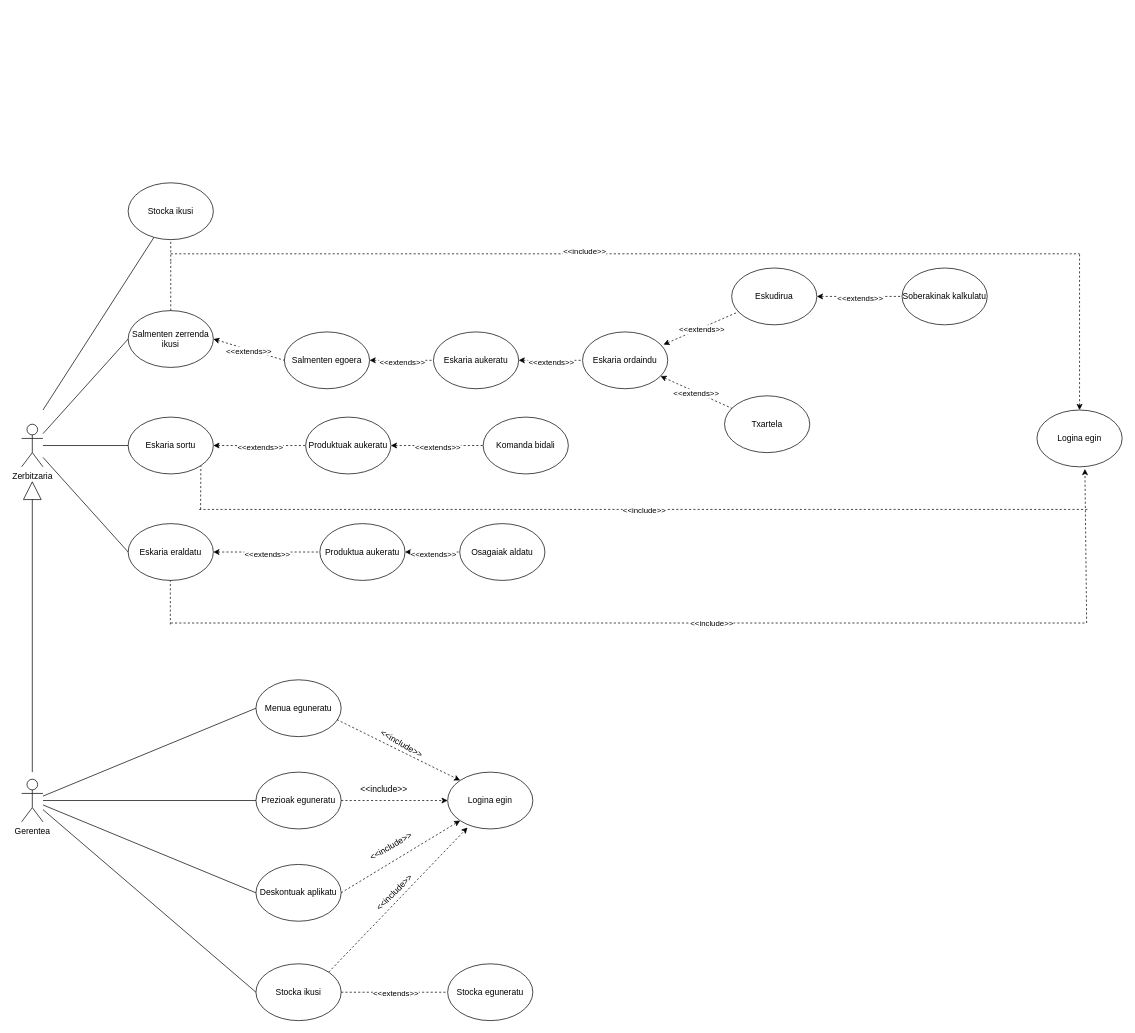
Above: Diagramak/TPV/TPV erabilpen-kasu diagrama.drawio in iguisado228/2MG3_1Erronka (draw.io), before the change. Source tidied: cells renumbered, new cells numbered last; positions are measured from the earlier drawing's top-left corner, leaving out a move shared by most shapes. Both pictures are drawn from the tidied source at 71%, with x=0, y=0 at pixel (21, 182).
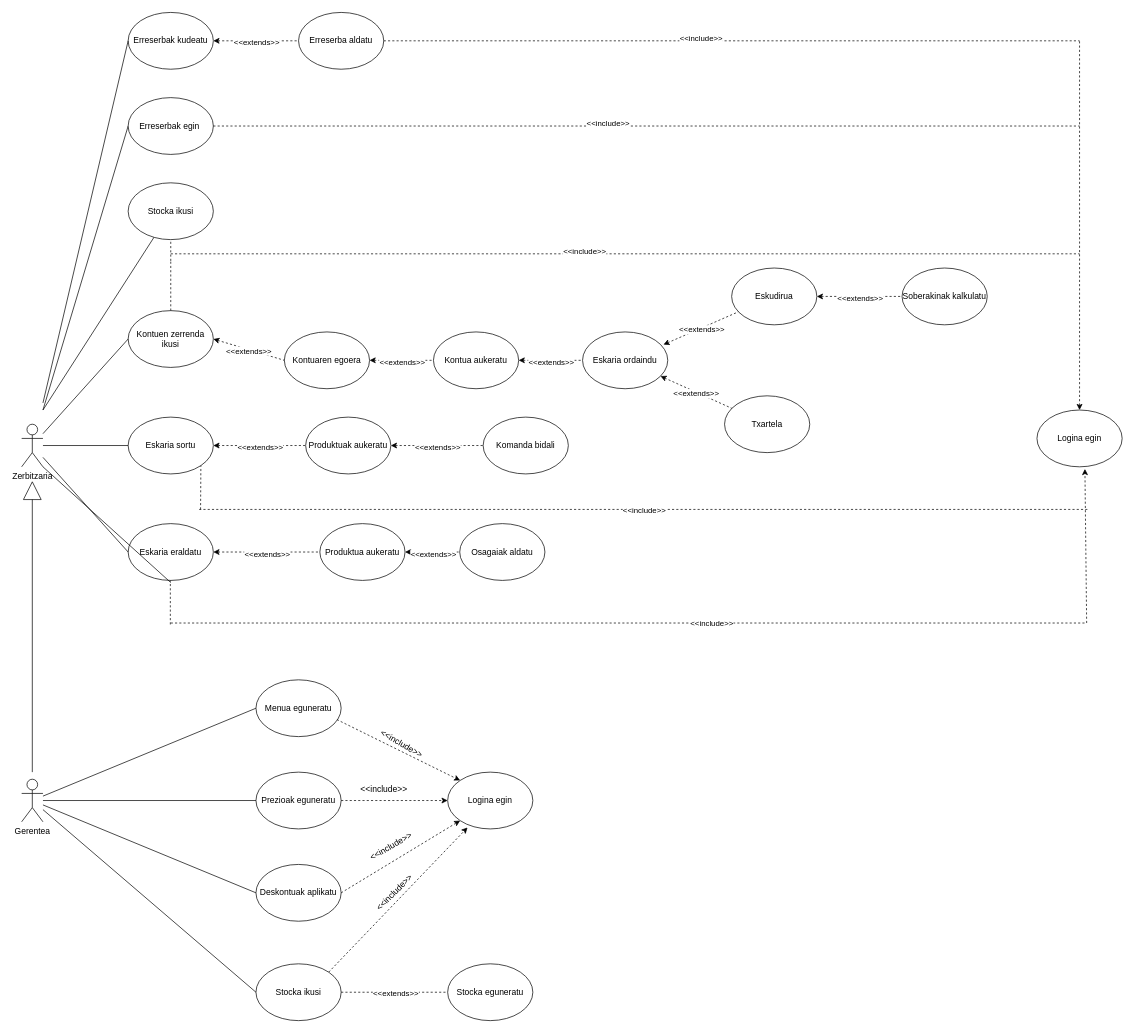
The same diagram, later.

Commit message (it also covers changes not shown here):
diagramak aldatuta

The change refers to these unchanged cells:
```xml
<mxCell id="2" value="Zerbitzaria" style="shape=umlActor;verticalLabelPosition=bottom;verticalAlign=top;html=1;outlineConnect=0;" parent="1" vertex="1">
  <mxGeometry y="340" width="30" height="60" as="geometry" />
</mxCell>
<mxCell id="3" value="Logina egin" style="ellipse;whiteSpace=wrap;html=1;" parent="1" vertex="1">
  <mxGeometry x="1430" y="320" width="120" height="80" as="geometry" />
</mxCell>
```

Diff of the diagram source:
```diff
@@
-    <mxCell id="9" value="Salmenten zerrenda ikusi" style="ellipse;whiteSpace=wrap;html=1;" parent="1" vertex="1">
+    <mxCell id="9" value="Kontuen zerrenda ikusi" style="ellipse;whiteSpace=wrap;html=1;" parent="1" vertex="1">
       <mxGeometry x="150" y="180" width="120" height="80" as="geometry" />
     </mxCell>
@@
-    <mxCell id="27" value="Salmenten egoera" style="ellipse;whiteSpace=wrap;html=1;" parent="1" vertex="1">
+    <mxCell id="27" value="Kontuaren egoera" style="ellipse;whiteSpace=wrap;html=1;" parent="1" vertex="1">
       <mxGeometry x="370" y="210" width="120" height="80" as="geometry" />
     </mxCell>
@@
-    <mxCell id="31" value="Eskaria aukeratu" style="ellipse;whiteSpace=wrap;html=1;" parent="1" vertex="1">
+    <mxCell id="31" value="Kontua aukeratu" style="ellipse;whiteSpace=wrap;html=1;" parent="1" vertex="1">
       <mxGeometry x="580" y="210" width="120" height="80" as="geometry" />
     </mxCell>
@@
     <mxCell id="57" style="endArrow=none;dashed=1;html=1;rounded=0;exitX=0.5;exitY=0;exitDx=0;exitDy=0;startArrow=classic;startFill=1;" parent="1" edge="1" source="3">
       <mxGeometry relative="1" as="geometry">
-        <mxPoint x="1490" y="100" as="targetPoint" />
+        <mxPoint x="1490" y="-200" as="targetPoint" />
       </mxGeometry>
     </mxCell>
@@
+    <mxCell id="76" style="endArrow=none;html=1;rounded=0;entryX=0;entryY=0.5;entryDx=0;entryDy=0;exitX=1;exitY=1;exitDx=0;exitDy=0;exitPerimeter=0;" parent="1" edge="1" source="2">
+      <mxGeometry relative="1" as="geometry">
+        <mxPoint x="210" y="563" as="targetPoint" />
+      </mxGeometry>
+    </mxCell>
+    <mxCell id="77" style="endArrow=none;html=1;rounded=0;entryX=0;entryY=0.5;entryDx=0;entryDy=0;" parent="1" edge="1" target="78">
+      <mxGeometry relative="1" as="geometry">
+        <mxPoint x="30" y="320" as="sourcePoint" />
+      </mxGeometry>
+    </mxCell>
+    <mxCell id="78" value="Erreserbak egin&amp;nbsp;" style="ellipse;whiteSpace=wrap;html=1;" parent="1" vertex="1">
+      <mxGeometry x="150" y="-120" width="120" height="80" as="geometry" />
+    </mxCell>
+    <mxCell id="79" value="Erreserbak kudeatu" style="ellipse;whiteSpace=wrap;html=1;" parent="1" vertex="1">
+      <mxGeometry x="150" y="-240" width="120" height="80" as="geometry" />
+    </mxCell>
+    <mxCell id="80" style="endArrow=none;html=1;rounded=0;entryX=0;entryY=0.5;entryDx=0;entryDy=0;" parent="1" edge="1" target="79">
+      <mxGeometry relative="1" as="geometry">
+        <mxPoint x="30" y="310" as="sourcePoint" />
+      </mxGeometry>
+    </mxCell>
+    <mxCell id="81" value="Erreserba aldatu" style="ellipse;whiteSpace=wrap;html=1;" parent="1" vertex="1">
+      <mxGeometry x="390" y="-240" width="120" height="80" as="geometry" />
+    </mxCell>
+    <mxCell id="82" style="endArrow=none;dashed=1;html=1;rounded=0;exitX=1;exitY=0.5;exitDx=0;exitDy=0;entryX=0;entryY=0.5;entryDx=0;entryDy=0;startArrow=classic;startFill=1;" parent="1" edge="1" source="79" target="81">
+      <mxGeometry relative="1" as="geometry" />
+    </mxCell>
+    <mxCell id="83" value="&amp;lt;&amp;lt;extends&amp;gt;&amp;gt;" style="edgeLabel;html=1;align=center;verticalAlign=middle;" parent="82" vertex="1">
+      <mxGeometry y="-2" relative="1" as="geometry" />
+    </mxCell>
+    <mxCell id="84" style="endArrow=none;dashed=1;html=1;rounded=0;exitX=1;exitY=0.5;exitDx=0;exitDy=0;" parent="1" edge="1" source="81">
+      <mxGeometry relative="1" as="geometry">
+        <mxPoint x="1490" y="-200" as="targetPoint" />
+      </mxGeometry>
+    </mxCell>
+    <mxCell id="85" value="&amp;lt;&amp;lt;include&amp;gt;&amp;gt;" style="edgeLabel;html=1;align=center;verticalAlign=middle;" parent="84" vertex="1">
+      <mxGeometry x="-0.09" y="4" relative="1" as="geometry" />
+    </mxCell>
+    <mxCell id="86" style="endArrow=none;dashed=1;html=1;rounded=0;exitX=1;exitY=0.5;exitDx=0;exitDy=0;" parent="1" edge="1" source="78">
+      <mxGeometry relative="1" as="geometry">
+        <mxPoint x="1490" y="-80" as="targetPoint" />
+      </mxGeometry>
+    </mxCell>
+    <mxCell id="87" value="&amp;lt;&amp;lt;include&amp;gt;&amp;gt;" style="edgeLabel;html=1;align=center;verticalAlign=middle;" parent="86" vertex="1">
+      <mxGeometry x="-0.09" y="4" relative="1" as="geometry" />
+    </mxCell>
```
